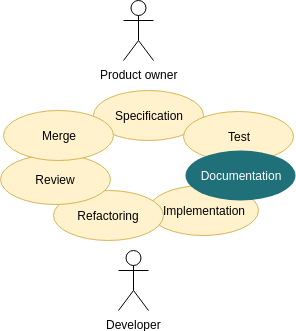
This is documentation/global/assets/images/development_workflow.png from KelkooGroup/theGardener, a draw.io export, as it was before one commit. Source tidied: cells renumbered, new cells last; positions are measured from the earlier drawing's top-left corner, leaving out a move shared by most shapes.
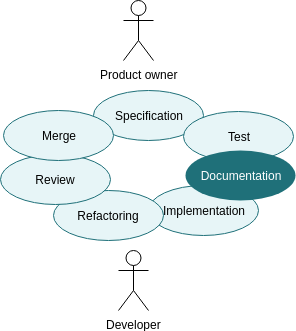
After the commit.

Diff of the diagram source:
```diff
@@ -8,22 +8,22 @@
     <mxCell id="3" value="Developer" style="shape=umlActor;verticalLabelPosition=bottom;labelBackgroundColor=#ffffff;verticalAlign=top;html=1;" parent="1" vertex="1">
       <mxGeometry x="118" y="250" width="30" height="60" as="geometry" />
     </mxCell>
-    <mxCell id="4" value="&lt;font&gt;Specification&lt;/font&gt;" style="ellipse;whiteSpace=wrap;html=1;fillColor=#fff2cc;strokeColor=#d6b656;fontColor=#000000;" parent="1" vertex="1">
+    <mxCell id="4" value="&lt;font&gt;Specification&lt;/font&gt;" style="ellipse;whiteSpace=wrap;html=1;fillColor=#E7F5F7;strokeColor=#1F7079;fontColor=#000000;" parent="1" vertex="1">
       <mxGeometry x="93" y="90" width="110" height="50" as="geometry" />
     </mxCell>
-    <mxCell id="5" value="&lt;font&gt;Test&lt;/font&gt;" style="ellipse;whiteSpace=wrap;html=1;fillColor=#fff2cc;strokeColor=#d6b656;fontColor=#000000;" parent="1" vertex="1">
+    <mxCell id="5" value="&lt;font&gt;Test&lt;/font&gt;" style="ellipse;whiteSpace=wrap;html=1;fillColor=#E7F5F7;strokeColor=#1F7079;fontColor=#000000;" parent="1" vertex="1">
       <mxGeometry x="183" y="111" width="110" height="50" as="geometry" />
     </mxCell>
-    <mxCell id="6" value="&lt;font&gt;Implementation&lt;/font&gt;" style="ellipse;whiteSpace=wrap;html=1;fillColor=#fff2cc;strokeColor=#d6b656;fontColor=#000000;" parent="1" vertex="1">
+    <mxCell id="6" value="&lt;font&gt;Implementation&lt;/font&gt;" style="ellipse;whiteSpace=wrap;html=1;fillColor=#E7F5F7;strokeColor=#1F7079;fontColor=#000000;" parent="1" vertex="1">
       <mxGeometry x="148" y="185" width="110" height="50" as="geometry" />
     </mxCell>
-    <mxCell id="7" value="&lt;font&gt;Refactoring&lt;/font&gt;" style="ellipse;whiteSpace=wrap;html=1;fillColor=#fff2cc;strokeColor=#d6b656;fontColor=#000000;" parent="1" vertex="1">
+    <mxCell id="7" value="&lt;font&gt;Refactoring&lt;/font&gt;" style="ellipse;whiteSpace=wrap;html=1;fillColor=#E7F5F7;strokeColor=#1F7079;fontColor=#000000;" parent="1" vertex="1">
       <mxGeometry x="53" y="190" width="110" height="50" as="geometry" />
     </mxCell>
-    <mxCell id="8" value="&lt;font&gt;Review&lt;/font&gt;" style="ellipse;whiteSpace=wrap;html=1;fillColor=#fff2cc;strokeColor=#d6b656;fontColor=#000000;" parent="1" vertex="1">
+    <mxCell id="8" value="&lt;font&gt;Review&lt;/font&gt;" style="ellipse;whiteSpace=wrap;html=1;fillColor=#E7F5F7;strokeColor=#1F7079;fontColor=#000000;" parent="1" vertex="1">
       <mxGeometry y="154" width="110" height="50" as="geometry" />
     </mxCell>
-    <mxCell id="9" value="&lt;font&gt;Merge&lt;/font&gt;" style="ellipse;whiteSpace=wrap;html=1;fillColor=#fff2cc;strokeColor=#d6b656;fontColor=#000000;" parent="1" vertex="1">
+    <mxCell id="9" value="&lt;font&gt;Merge&lt;/font&gt;" style="ellipse;whiteSpace=wrap;html=1;fillColor=#E7F5F7;strokeColor=#1F7079;fontColor=#000000;" parent="1" vertex="1">
       <mxGeometry x="3" y="110" width="110" height="50" as="geometry" />
     </mxCell>
     <mxCell id="10" value="&lt;font color=&quot;#ffffff&quot;&gt;Documentation&lt;/font&gt;" style="ellipse;whiteSpace=wrap;html=1;fillColor=#1F7079;strokeColor=none;" parent="1" vertex="1">
```
